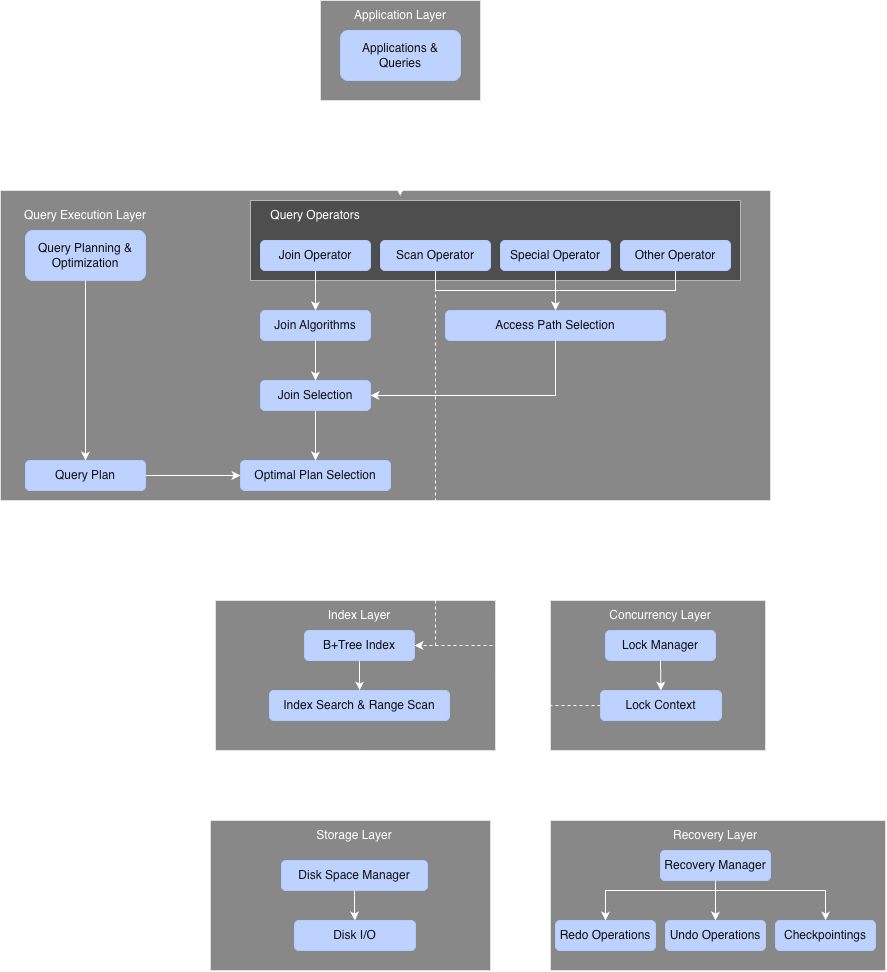
The draw.io diagram images/architecture.png in CleverAutoman/relational-db-engine, before a commit. Source tidied: cells renumbered, new cells last; positions are measured from the earlier drawing's top-left corner, leaving out a move shared by most shapes.
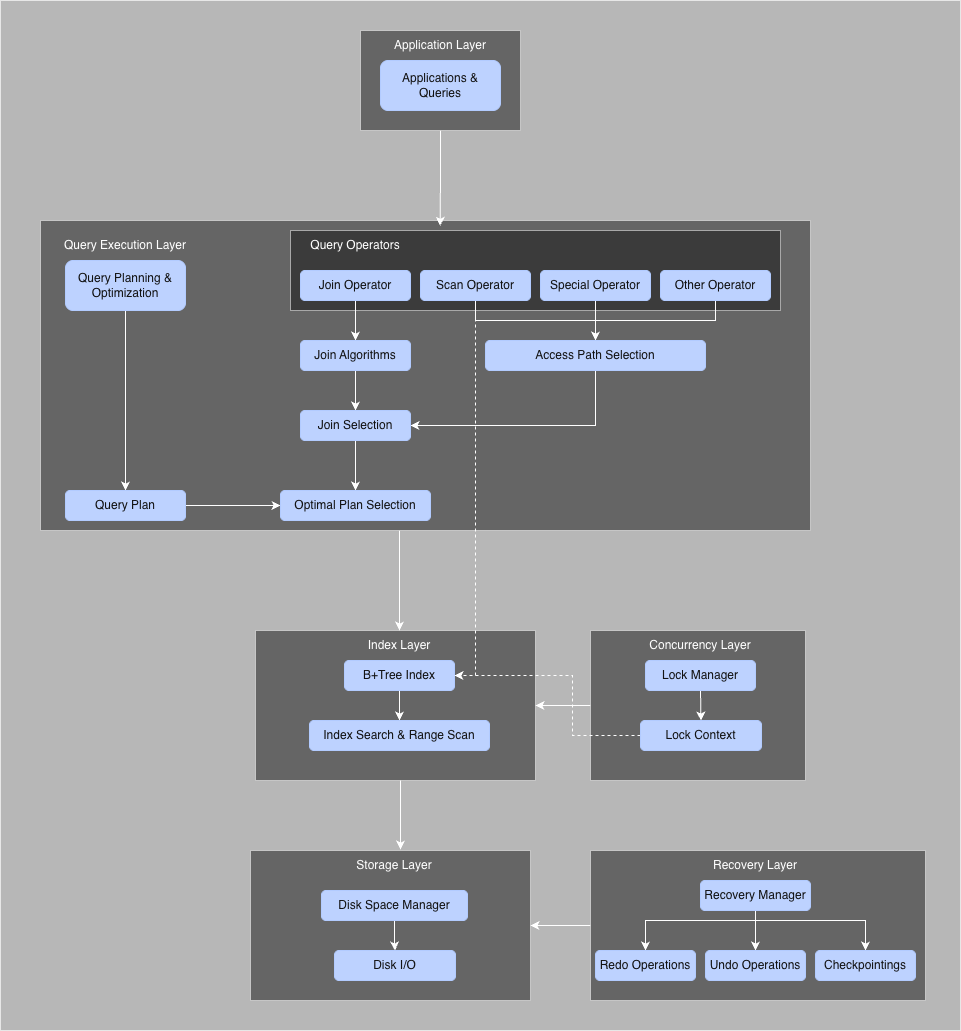
After the change.

What changed in the source:
```diff
@@ -2,6 +2,9 @@
   <root>
     <mxCell id="0" />
     <mxCell id="1" parent="0" />
+    <mxCell id="61" style="rounded=0;whiteSpace=wrap;html=1;opacity=30;" parent="1" vertex="1">
+      <mxGeometry x="-40" y="-30" width="960" height="1030" as="geometry" />
+    </mxCell>
     <mxCell id="2" style="rounded=0;whiteSpace=wrap;html=1;opacity=50;glass=0;shadow=0;" parent="1" vertex="1">
       <mxGeometry x="215" y="600" width="280" height="150" as="geometry" />
     </mxCell>
```
